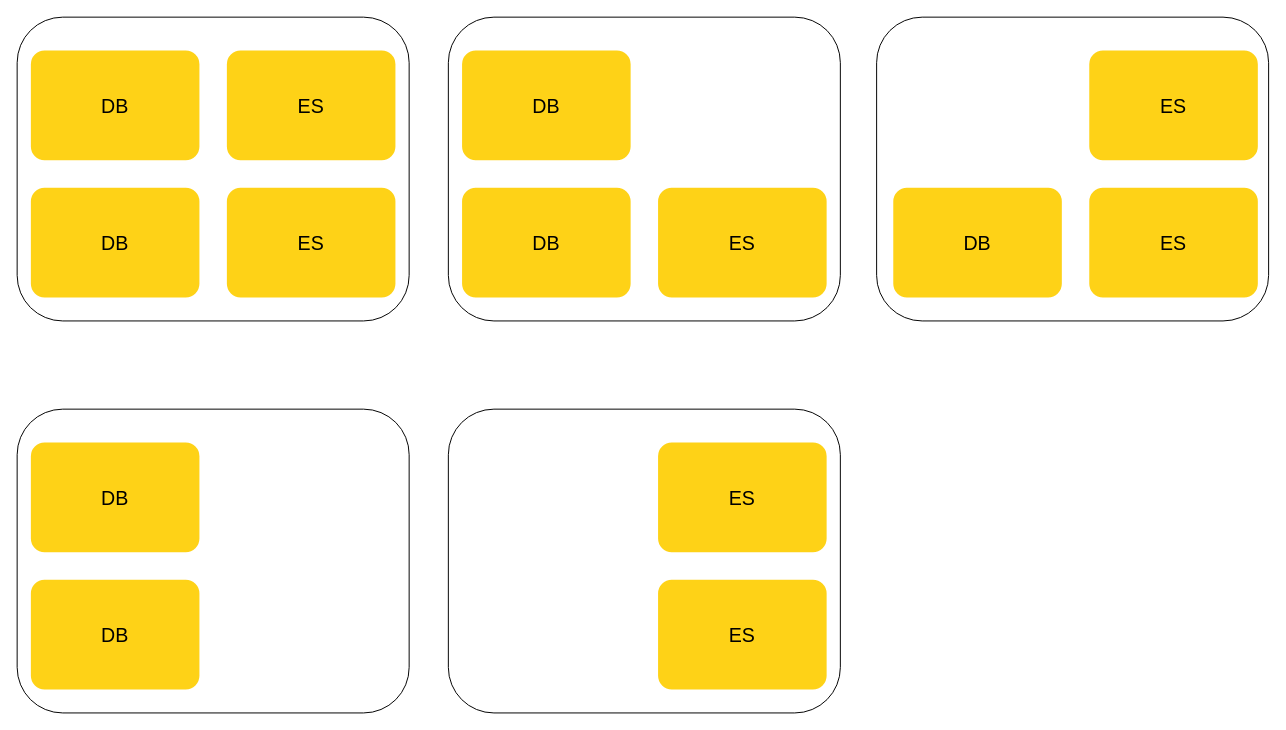
The draw.io diagram 测试.drawio in mingtian110/pc_home, before the edit. Source tidied: cells renumbered, new cells numbered last; positions are measured from the earlier drawing's top-left corner, leaving out a move shared by most shapes. Both pictures are drawn from the tidied source at 98%, with x=0, y=0 at pixel (17, 17).
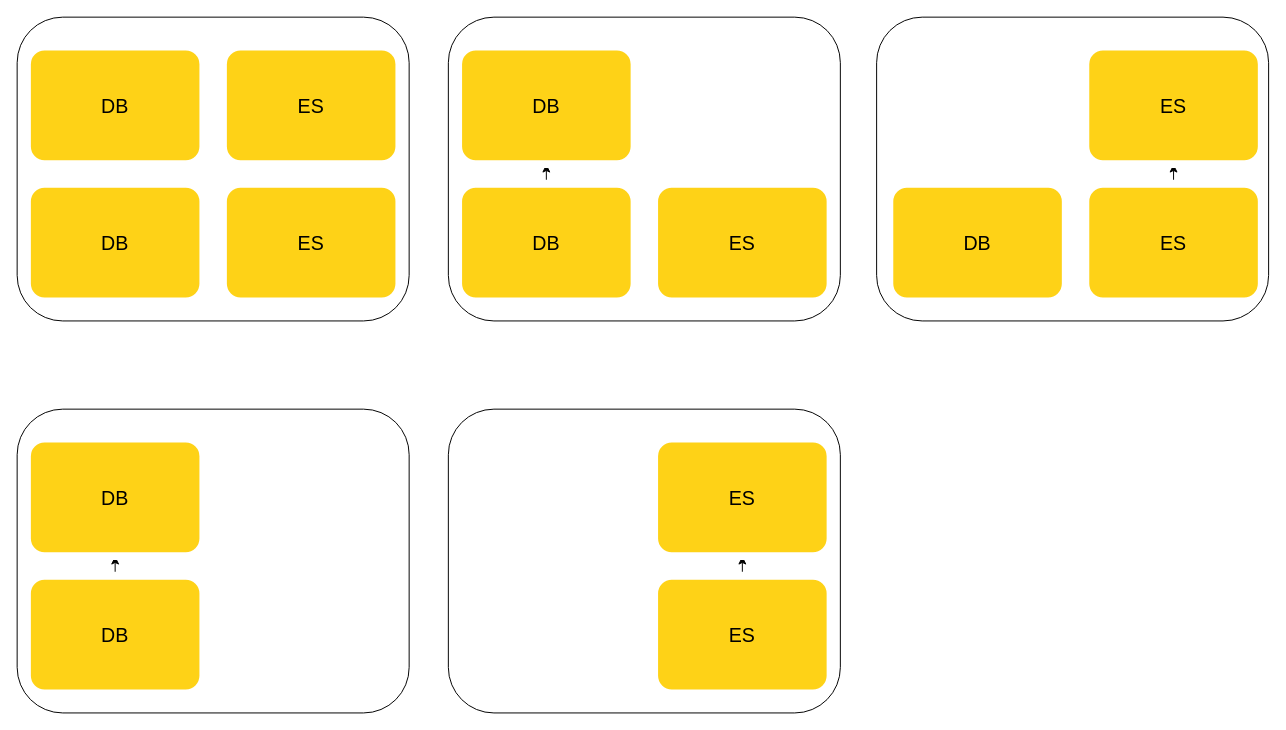
Above is the later version.

Unchanged cells that the change refers to:
```xml
<mxCell id="5" value="DB" style="whiteSpace=wrap;html=1;rounded=1;shadow=0;strokeWidth=8;fontSize=20;align=center;fillColor=#FED217;strokeColor=#FFFFFF;" parent="1" vertex="1">
  <mxGeometry x="450" y="170" width="180" height="120" as="geometry" />
</mxCell>
<mxCell id="7" value="DB" style="whiteSpace=wrap;html=1;rounded=1;shadow=0;strokeWidth=8;fontSize=20;align=center;fillColor=#FED217;strokeColor=#FFFFFF;" parent="1" vertex="1">
  <mxGeometry x="450" y="30" width="180" height="120" as="geometry" />
</mxCell>
<mxCell id="9" value="ES" style="whiteSpace=wrap;html=1;rounded=1;shadow=0;strokeWidth=8;fontSize=20;align=center;fillColor=#FED217;strokeColor=#FFFFFF;" parent="1" vertex="1">
  <mxGeometry x="1090" y="170" width="180" height="120" as="geometry" />
</mxCell>
<mxCell id="10" value="ES" style="whiteSpace=wrap;html=1;rounded=1;shadow=0;strokeWidth=8;fontSize=20;align=center;fillColor=#FED217;strokeColor=#FFFFFF;" parent="1" vertex="1">
  <mxGeometry x="1090" y="30" width="180" height="120" as="geometry" />
</mxCell>
<mxCell id="16" value="DB" style="whiteSpace=wrap;html=1;rounded=1;shadow=0;strokeWidth=8;fontSize=20;align=center;fillColor=#FED217;strokeColor=#FFFFFF;" parent="1" vertex="1">
  <mxGeometry x="10" y="570" width="180" height="120" as="geometry" />
</mxCell>
<mxCell id="17" value="DB" style="whiteSpace=wrap;html=1;rounded=1;shadow=0;strokeWidth=8;fontSize=20;align=center;fillColor=#FED217;strokeColor=#FFFFFF;" parent="1" vertex="1">
  <mxGeometry x="10" y="430" width="180" height="120" as="geometry" />
</mxCell>
<mxCell id="19" value="ES" style="whiteSpace=wrap;html=1;rounded=1;shadow=0;strokeWidth=8;fontSize=20;align=center;fillColor=#FED217;strokeColor=#FFFFFF;" parent="1" vertex="1">
  <mxGeometry x="650" y="570" width="180" height="120" as="geometry" />
</mxCell>
<mxCell id="20" value="ES" style="whiteSpace=wrap;html=1;rounded=1;shadow=0;strokeWidth=8;fontSize=20;align=center;fillColor=#FED217;strokeColor=#FFFFFF;" parent="1" vertex="1">
  <mxGeometry x="650" y="430" width="180" height="120" as="geometry" />
</mxCell>
```

The edit, as a diff of the source:
```diff
@@
+    <mxCell id="21" style="edgeStyle=orthogonalEdgeStyle;rounded=0;jettySize=auto;html=1;exitX=0.5;exitY=0;exitDx=0;exitDy=0;entryX=0.5;entryY=1;entryDx=0;entryDy=0;" parent="1" edge="1" source="5" target="7">
+      <mxGeometry relative="1" as="geometry" />
+    </mxCell>
@@
+    <mxCell id="22" style="edgeStyle=orthogonalEdgeStyle;rounded=0;jettySize=auto;html=1;exitX=0.5;exitY=0;exitDx=0;exitDy=0;entryX=0.5;entryY=1;entryDx=0;entryDy=0;" parent="1" edge="1" source="9" target="10">
+      <mxGeometry relative="1" as="geometry" />
+    </mxCell>
@@
+    <mxCell id="23" style="edgeStyle=orthogonalEdgeStyle;rounded=0;jettySize=auto;html=1;exitX=0.5;exitY=0;exitDx=0;exitDy=0;entryX=0.5;entryY=1;entryDx=0;entryDy=0;" parent="1" edge="1" source="16" target="17">
+      <mxGeometry relative="1" as="geometry" />
+    </mxCell>
@@
+    <mxCell id="24" style="edgeStyle=orthogonalEdgeStyle;rounded=0;jettySize=auto;html=1;exitX=0.5;exitY=0;exitDx=0;exitDy=0;entryX=0.5;entryY=1;entryDx=0;entryDy=0;" parent="1" edge="1" source="19" target="20">
+      <mxGeometry relative="1" as="geometry" />
+    </mxCell>
```
